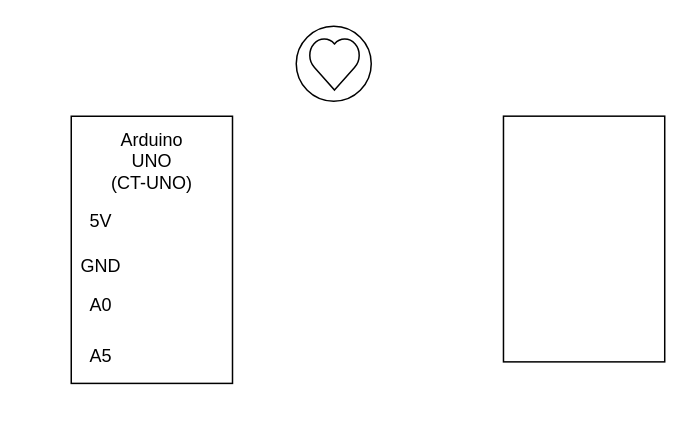
The draw.io diagram Untitled Diagram.drawio in KittyCat-badBaneCat/Python-Automation-Project, before the edit. Source tidied: cells renumbered, new cells numbered last; positions are measured from the earlier drawing's top-left corner, leaving out a move shared by most shapes. Both pictures are drawn from the tidied source at 150%, with x=0, y=0 at pixel (18, 26).
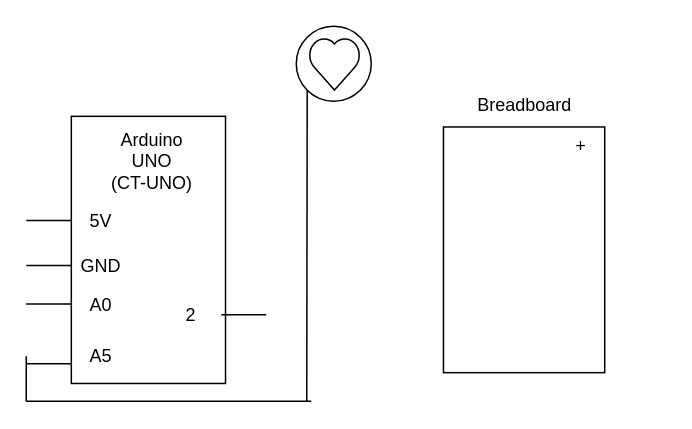
The same page after the edit.

The change refers to these unchanged cells:
```xml
<mxCell id="3" style="ellipse;whiteSpace=wrap;html=1;" parent="1" vertex="1">
  <mxGeometry x="185" width="50" height="50" as="geometry" />
</mxCell>
<mxCell id="6" value="A5" style="text;html=1;strokeColor=none;fillColor=none;align=center;verticalAlign=middle;whiteSpace=wrap;rounded=0;" parent="1" vertex="1">
  <mxGeometry x="35" y="210" width="40" height="20" as="geometry" />
</mxCell>
```

The edit, as a diff of the source:
```diff
@@
     <mxCell id="2" style="rounded=0;whiteSpace=wrap;html=1;rotation=90;" parent="1" vertex="1">
-      <mxGeometry x="-0.3" y="95.3" width="178.1" height="107.5" as="geometry" />
+      <mxGeometry x="-2.6" y="97.7" width="178.1" height="102.8" as="geometry" />
     </mxCell>
@@
     <mxCell id="5" style="rounded=0;whiteSpace=wrap;html=1;rotation=90;" parent="1" vertex="1">
-      <mxGeometry x="295" y="88.1" width="163.8" height="107.5" as="geometry" />
+      <mxGeometry x="255" y="95.3" width="163.8" height="107.5" as="geometry" />
     </mxCell>
@@
+    <mxCell id="11" value="2" style="text;html=1;strokeColor=none;fillColor=none;align=center;verticalAlign=middle;whiteSpace=wrap;rounded=0;" parent="1" vertex="1">
+      <mxGeometry x="95" y="182.8" width="40" height="20" as="geometry" />
+    </mxCell>
+    <mxCell id="12" style="endArrow=none;html=1;exitX=0;exitY=0.75;exitDx=0;exitDy=0;" parent="1" edge="1" source="6">
+      <mxGeometry relative="1" as="geometry">
+        <mxPoint x="5" y="225" as="targetPoint" />
+      </mxGeometry>
+    </mxCell>
+    <mxCell id="13" style="endArrow=none;html=1;exitX=0;exitY=0.75;exitDx=0;exitDy=0;" parent="1" edge="1">
+      <mxGeometry relative="1" as="geometry">
+        <mxPoint x="35" y="185.1" as="sourcePoint" />
+        <mxPoint x="5" y="185.1" as="targetPoint" />
+      </mxGeometry>
+    </mxCell>
+    <mxCell id="14" style="endArrow=none;html=1;exitX=0;exitY=0.75;exitDx=0;exitDy=0;" parent="1" edge="1">
+      <mxGeometry relative="1" as="geometry">
+        <mxPoint x="35" y="159.5" as="sourcePoint" />
+        <mxPoint x="5" y="159.5" as="targetPoint" />
+      </mxGeometry>
+    </mxCell>
+    <mxCell id="15" style="endArrow=none;html=1;exitX=0;exitY=0.75;exitDx=0;exitDy=0;" parent="1" edge="1">
+      <mxGeometry relative="1" as="geometry">
+        <mxPoint x="35" y="129.5" as="sourcePoint" />
+        <mxPoint x="5" y="129.5" as="targetPoint" />
+      </mxGeometry>
+    </mxCell>
+    <mxCell id="16" style="endArrow=none;html=1;exitX=0;exitY=0.75;exitDx=0;exitDy=0;" parent="1" edge="1">
+      <mxGeometry relative="1" as="geometry">
+        <mxPoint x="165" y="192.3" as="sourcePoint" />
+        <mxPoint x="135" y="192.3" as="targetPoint" />
+      </mxGeometry>
+    </mxCell>
+    <mxCell id="17" style="endArrow=none;html=1;entryX=0;entryY=1;entryDx=0;entryDy=0;" parent="1" edge="1" target="3">
+      <mxGeometry relative="1" as="geometry">
+        <mxPoint x="192" y="250" as="sourcePoint" />
+      </mxGeometry>
+    </mxCell>
+    <mxCell id="18" style="endArrow=none;html=1;" parent="1" edge="1">
+      <mxGeometry relative="1" as="geometry">
+        <mxPoint x="5" y="250" as="sourcePoint" />
+        <mxPoint x="195" y="250" as="targetPoint" />
+      </mxGeometry>
+    </mxCell>
+    <mxCell id="19" style="endArrow=none;html=1;" parent="1" edge="1">
+      <mxGeometry relative="1" as="geometry">
+        <mxPoint x="5" y="250" as="sourcePoint" />
+        <mxPoint x="5" y="220" as="targetPoint" />
+      </mxGeometry>
+    </mxCell>
+    <mxCell id="20" value="Breadboard" style="text;html=1;align=center;verticalAlign=middle;" parent="1" vertex="1">
+      <mxGeometry x="296.9" y="42.5" width="80" height="20" as="geometry" />
+    </mxCell>
+    <mxCell id="21" value="+" style="text;html=1;strokeColor=none;fillColor=none;align=center;verticalAlign=middle;whiteSpace=wrap;rounded=0;" parent="1" vertex="1">
+      <mxGeometry x="355" y="70" width="40" height="20" as="geometry" />
+    </mxCell>
```
